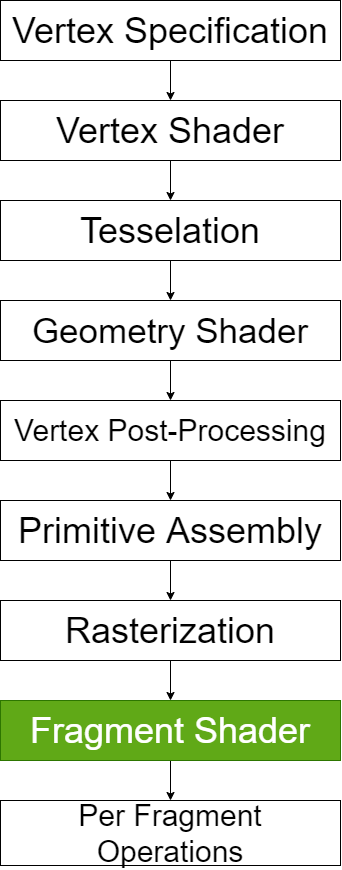
VXCP/EduSample keeps this draw.io diagram as Assets/vertex_shader_pipeline.png. Above is the earlier version. Source tidied: cells renumbered, new cells last; positions are measured from the earlier drawing's top-left corner, leaving out a move shared by most shapes.
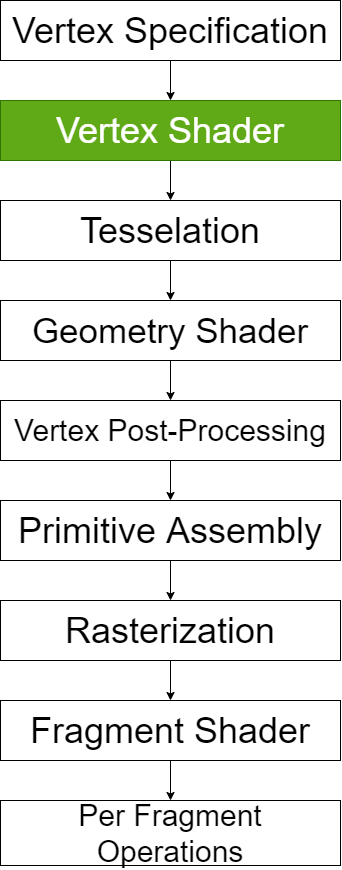
The same diagram one commit later.

Change to the diagram source:
```diff
@@ -11,7 +11,7 @@
     <mxCell id="4" style="edgeStyle=orthogonalEdgeStyle;rounded=0;jettySize=auto;html=1;entryX=0.5;entryY=0;entryDx=0;entryDy=0;" parent="1" edge="1" source="5" target="7">
       <mxGeometry relative="1" as="geometry" />
     </mxCell>
-    <mxCell id="5" value="&lt;font style=&quot;font-size: 36px&quot;&gt;Vertex Shader&lt;/font&gt;" style="rounded=0;whiteSpace=wrap;html=1;" parent="1" vertex="1">
+    <mxCell id="5" value="&lt;font style=&quot;font-size: 36px&quot;&gt;Vertex Shader&lt;/font&gt;" style="rounded=0;whiteSpace=wrap;html=1;fillColor=#60a917;strokeColor=#2D7600;fontColor=#ffffff;" parent="1" vertex="1">
       <mxGeometry y="100" width="340" height="60" as="geometry" />
     </mxCell>
     <mxCell id="6" style="edgeStyle=orthogonalEdgeStyle;rounded=0;jettySize=auto;html=1;entryX=0.5;entryY=0;entryDx=0;entryDy=0;" parent="1" edge="1" source="7" target="9">
@@ -47,7 +47,7 @@
     <mxCell id="16" style="edgeStyle=orthogonalEdgeStyle;rounded=0;jettySize=auto;html=1;entryX=0.5;entryY=0;entryDx=0;entryDy=0;" parent="1" edge="1" source="17" target="18">
       <mxGeometry relative="1" as="geometry" />
     </mxCell>
-    <mxCell id="17" value="&lt;font style=&quot;font-size: 36px&quot;&gt;Fragment Shader&lt;/font&gt;" style="rounded=0;whiteSpace=wrap;html=1;fillColor=#60a917;strokeColor=#2D7600;fontColor=#ffffff;" parent="1" vertex="1">
+    <mxCell id="17" value="&lt;font style=&quot;font-size: 36px&quot;&gt;Fragment Shader&lt;/font&gt;" style="rounded=0;whiteSpace=wrap;html=1;" parent="1" vertex="1">
       <mxGeometry y="700" width="340" height="60" as="geometry" />
     </mxCell>
     <mxCell id="18" value="&lt;font style=&quot;font-size: 30px&quot;&gt;Per Fragment Operations&lt;/font&gt;" style="rounded=0;whiteSpace=wrap;html=1;" parent="1" vertex="1">
```
